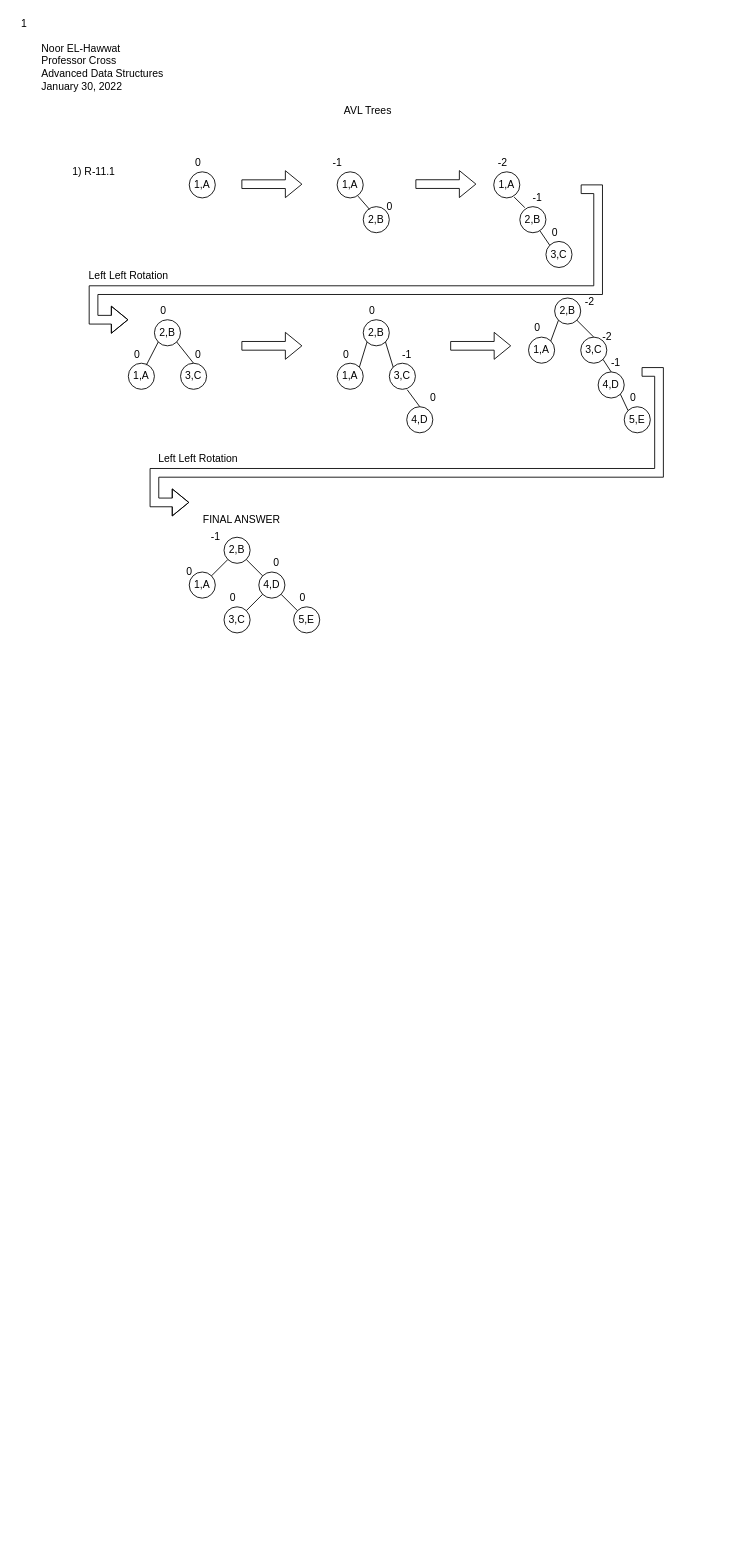
The draw.io diagram Untitled Diagram.drawio in Nooree233/Rutgers-Assignments, before the edit. Source tidied: cells renumbered, new cells numbered last; positions are measured from the earlier drawing's top-left corner, leaving out a move shared by most shapes. Both pictures are drawn from the tidied source at 87%, with x=0, y=0 at pixel (15, 15).
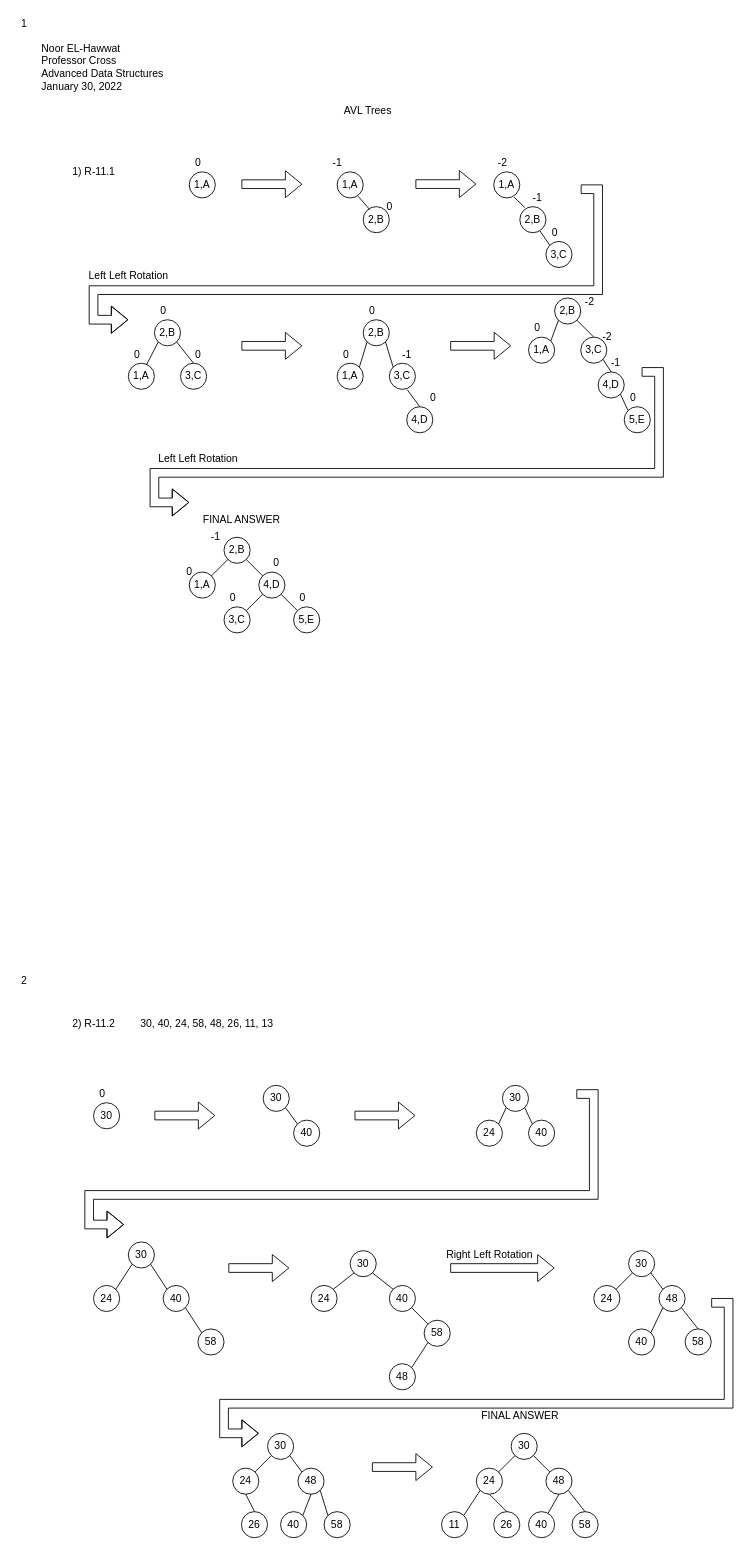
The same diagram, later.

Commit message (it also covers changes not shown here):
Update AVL Trees Diagram.drawio

Diff of the diagram source:
```diff
@@
+    <mxCell id="77" value="2" style="text;html=1;align=center;verticalAlign=middle;strokeColor=none;fillColor=none;" parent="1" vertex="1">
+      <mxGeometry y="1100" width="20" height="20" as="geometry" />
+    </mxCell>
+    <mxCell id="78" value="2) R-11.2" style="text;html=1;align=center;verticalAlign=middle;strokeColor=none;fillColor=none;" parent="1" vertex="1">
+      <mxGeometry x="60" y="1150" width="60" height="20" as="geometry" />
+    </mxCell>
+    <mxCell id="79" value="30, 40, 24, 58, 48, 26, 11, 13" style="text;html=1;align=center;verticalAlign=middle;strokeColor=none;fillColor=none;" parent="1" vertex="1">
+      <mxGeometry x="135" y="1150" width="170" height="20" as="geometry" />
+    </mxCell>
+    <mxCell id="80" value="30" style="ellipse;whiteSpace=wrap;html=1;" parent="1" vertex="1">
+      <mxGeometry x="90" y="1250" width="30" height="30" as="geometry" />
+    </mxCell>
+    <mxCell id="81" value="0" style="text;html=1;align=center;verticalAlign=middle;strokeColor=none;fillColor=none;" parent="1" vertex="1">
+      <mxGeometry x="90" y="1230" width="20" height="20" as="geometry" />
+    </mxCell>
+    <mxCell id="82" style="shape=flexArrow;endArrow=classic;html=1;rounded=0;" parent="1" edge="1">
+      <mxGeometry relative="1" as="geometry">
+        <mxPoint x="160" y="1264.7" as="sourcePoint" />
+        <mxPoint x="230" y="1264.7" as="targetPoint" />
+      </mxGeometry>
+    </mxCell>
+    <mxCell id="83" value="30" style="ellipse;whiteSpace=wrap;html=1;" parent="1" vertex="1">
+      <mxGeometry x="285" y="1230" width="30" height="30" as="geometry" />
+    </mxCell>
+    <mxCell id="84" value="40" style="ellipse;whiteSpace=wrap;html=1;" parent="1" vertex="1">
+      <mxGeometry x="320" y="1270" width="30" height="30" as="geometry" />
+    </mxCell>
+    <mxCell id="85" style="endArrow=none;html=1;rounded=0;exitX=1;exitY=1;exitDx=0;exitDy=0;entryX=0;entryY=0;entryDx=0;entryDy=0;" parent="1" edge="1" source="83" target="84">
+      <mxGeometry relative="1" as="geometry" />
+    </mxCell>
+    <mxCell id="86" style="shape=flexArrow;endArrow=classic;html=1;rounded=0;" parent="1" edge="1">
+      <mxGeometry relative="1" as="geometry">
+        <mxPoint x="390" y="1264.7" as="sourcePoint" />
+        <mxPoint x="460" y="1264.7" as="targetPoint" />
+      </mxGeometry>
+    </mxCell>
+    <mxCell id="87" value="30" style="ellipse;whiteSpace=wrap;html=1;" parent="1" vertex="1">
+      <mxGeometry x="560" y="1230" width="30" height="30" as="geometry" />
+    </mxCell>
+    <mxCell id="88" value="40" style="ellipse;whiteSpace=wrap;html=1;" parent="1" vertex="1">
+      <mxGeometry x="590" y="1270" width="30" height="30" as="geometry" />
+    </mxCell>
+    <mxCell id="89" value="24" style="ellipse;whiteSpace=wrap;html=1;" parent="1" vertex="1">
+      <mxGeometry x="530" y="1270" width="30" height="30" as="geometry" />
+    </mxCell>
+    <mxCell id="90" style="endArrow=none;html=1;rounded=0;exitX=1;exitY=0;exitDx=0;exitDy=0;entryX=0;entryY=1;entryDx=0;entryDy=0;" parent="1" edge="1" source="89" target="87">
+      <mxGeometry relative="1" as="geometry" />
+    </mxCell>
+    <mxCell id="91" style="endArrow=none;html=1;rounded=0;exitX=0;exitY=0;exitDx=0;exitDy=0;entryX=1;entryY=1;entryDx=0;entryDy=0;" parent="1" edge="1" source="88" target="87">
+      <mxGeometry relative="1" as="geometry" />
+    </mxCell>
+    <mxCell id="92" style="shape=flexArrow;endArrow=classic;html=1;rounded=0;" parent="1" edge="1">
+      <mxGeometry relative="1" as="geometry">
+        <mxPoint x="645" y="1240" as="sourcePoint" />
+        <mxPoint x="125" y="1390" as="targetPoint" />
+        <Array as="points">
+          <mxPoint x="665" y="1240" />
+          <mxPoint x="665" y="1356" />
+          <mxPoint x="85" y="1356" />
+          <mxPoint x="85" y="1390" />
+        </Array>
+      </mxGeometry>
+    </mxCell>
+    <mxCell id="93" value="24" style="ellipse;whiteSpace=wrap;html=1;" parent="1" vertex="1">
+      <mxGeometry x="90" y="1460" width="30" height="30" as="geometry" />
+    </mxCell>
+    <mxCell id="94" value="30" style="ellipse;whiteSpace=wrap;html=1;" parent="1" vertex="1">
+      <mxGeometry x="130" y="1410" width="30" height="30" as="geometry" />
+    </mxCell>
+    <mxCell id="95" value="40" style="ellipse;whiteSpace=wrap;html=1;" parent="1" vertex="1">
+      <mxGeometry x="170" y="1460" width="30" height="30" as="geometry" />
+    </mxCell>
+    <mxCell id="96" value="58" style="ellipse;whiteSpace=wrap;html=1;" parent="1" vertex="1">
+      <mxGeometry x="210" y="1510" width="30" height="30" as="geometry" />
+    </mxCell>
+    <mxCell id="97" style="endArrow=none;html=1;rounded=0;exitX=1;exitY=1;exitDx=0;exitDy=0;entryX=0;entryY=0;entryDx=0;entryDy=0;" parent="1" edge="1" source="95" target="96">
+      <mxGeometry relative="1" as="geometry" />
+    </mxCell>
+    <mxCell id="98" style="endArrow=none;html=1;rounded=0;exitX=1;exitY=1;exitDx=0;exitDy=0;entryX=0;entryY=0;entryDx=0;entryDy=0;" parent="1" edge="1" source="94" target="95">
+      <mxGeometry relative="1" as="geometry" />
+    </mxCell>
+    <mxCell id="99" style="endArrow=none;html=1;rounded=0;exitX=1;exitY=0;exitDx=0;exitDy=0;entryX=0;entryY=1;entryDx=0;entryDy=0;" parent="1" edge="1" source="93" target="94">
+      <mxGeometry relative="1" as="geometry" />
+    </mxCell>
+    <mxCell id="100" style="shape=flexArrow;endArrow=classic;html=1;rounded=0;" parent="1" edge="1">
+      <mxGeometry relative="1" as="geometry">
+        <mxPoint x="245" y="1440" as="sourcePoint" />
+        <mxPoint x="315" y="1440" as="targetPoint" />
+      </mxGeometry>
+    </mxCell>
+    <mxCell id="101" value="24" style="ellipse;whiteSpace=wrap;html=1;" parent="1" vertex="1">
+      <mxGeometry x="340" y="1460" width="30" height="30" as="geometry" />
+    </mxCell>
+    <mxCell id="102" value="30" style="ellipse;whiteSpace=wrap;html=1;" parent="1" vertex="1">
+      <mxGeometry x="385" y="1420" width="30" height="30" as="geometry" />
+    </mxCell>
+    <mxCell id="103" value="40" style="ellipse;whiteSpace=wrap;html=1;" parent="1" vertex="1">
+      <mxGeometry x="430" y="1460" width="30" height="30" as="geometry" />
+    </mxCell>
+    <mxCell id="104" value="58" style="ellipse;whiteSpace=wrap;html=1;" parent="1" vertex="1">
+      <mxGeometry x="470" y="1500" width="30" height="30" as="geometry" />
+    </mxCell>
+    <mxCell id="105" value="48" style="ellipse;whiteSpace=wrap;html=1;" parent="1" vertex="1">
+      <mxGeometry x="430" y="1550" width="30" height="30" as="geometry" />
+    </mxCell>
+    <mxCell id="106" style="endArrow=none;html=1;rounded=0;exitX=1;exitY=0;exitDx=0;exitDy=0;entryX=0;entryY=1;entryDx=0;entryDy=0;" parent="1" edge="1" source="101" target="102">
+      <mxGeometry relative="1" as="geometry" />
+    </mxCell>
+    <mxCell id="107" style="endArrow=none;html=1;rounded=0;exitX=1;exitY=1;exitDx=0;exitDy=0;entryX=0;entryY=0;entryDx=0;entryDy=0;" parent="1" edge="1" source="102" target="103">
+      <mxGeometry relative="1" as="geometry" />
+    </mxCell>
+    <mxCell id="108" style="endArrow=none;html=1;rounded=0;exitX=1;exitY=1;exitDx=0;exitDy=0;entryX=0;entryY=0;entryDx=0;entryDy=0;" parent="1" edge="1" source="103" target="104">
+      <mxGeometry relative="1" as="geometry" />
+    </mxCell>
+    <mxCell id="109" style="endArrow=none;html=1;rounded=0;exitX=1;exitY=0;exitDx=0;exitDy=0;entryX=0;entryY=1;entryDx=0;entryDy=0;" parent="1" edge="1" source="105" target="104">
+      <mxGeometry relative="1" as="geometry" />
+    </mxCell>
+    <mxCell id="110" style="shape=flexArrow;endArrow=classic;html=1;rounded=0;" parent="1" edge="1">
+      <mxGeometry relative="1" as="geometry">
+        <mxPoint x="500" y="1440" as="sourcePoint" />
+        <mxPoint x="620" y="1440" as="targetPoint" />
+      </mxGeometry>
+    </mxCell>
+    <mxCell id="111" value="Right Left Rotation" style="text;html=1;align=center;verticalAlign=middle;strokeColor=none;fillColor=none;" parent="1" vertex="1">
+      <mxGeometry x="490" y="1415" width="110" height="20" as="geometry" />
+    </mxCell>
+    <mxCell id="112" value="30" style="ellipse;whiteSpace=wrap;html=1;" parent="1" vertex="1">
+      <mxGeometry x="705" y="1420" width="30" height="30" as="geometry" />
+    </mxCell>
+    <mxCell id="113" value="24" style="ellipse;whiteSpace=wrap;html=1;" parent="1" vertex="1">
+      <mxGeometry x="665" y="1460" width="30" height="30" as="geometry" />
+    </mxCell>
+    <mxCell id="114" value="40" style="ellipse;whiteSpace=wrap;html=1;" parent="1" vertex="1">
+      <mxGeometry x="705" y="1510" width="30" height="30" as="geometry" />
+    </mxCell>
+    <mxCell id="115" value="58" style="ellipse;whiteSpace=wrap;html=1;" parent="1" vertex="1">
+      <mxGeometry x="770" y="1510" width="30" height="30" as="geometry" />
+    </mxCell>
+    <mxCell id="116" value="48" style="ellipse;whiteSpace=wrap;html=1;" parent="1" vertex="1">
+      <mxGeometry x="740" y="1460" width="30" height="30" as="geometry" />
+    </mxCell>
+    <mxCell id="117" style="endArrow=none;html=1;rounded=0;exitX=1;exitY=0;exitDx=0;exitDy=0;entryX=0;entryY=1;entryDx=0;entryDy=0;" parent="1" edge="1" source="113" target="112">
+      <mxGeometry relative="1" as="geometry" />
+    </mxCell>
+    <mxCell id="118" style="endArrow=none;html=1;rounded=0;exitX=1;exitY=1;exitDx=0;exitDy=0;entryX=0;entryY=0;entryDx=0;entryDy=0;" parent="1" edge="1" source="112" target="116">
+      <mxGeometry relative="1" as="geometry" />
+    </mxCell>
+    <mxCell id="119" style="endArrow=none;html=1;rounded=0;exitX=1;exitY=1;exitDx=0;exitDy=0;entryX=0.5;entryY=0;entryDx=0;entryDy=0;" parent="1" edge="1" source="116" target="115">
+      <mxGeometry relative="1" as="geometry" />
+    </mxCell>
+    <mxCell id="120" style="shape=flexArrow;endArrow=classic;html=1;rounded=0;" parent="1" edge="1">
+      <mxGeometry relative="1" as="geometry">
+        <mxPoint x="800" y="1480" as="sourcePoint" />
+        <mxPoint x="280" y="1630" as="targetPoint" />
+        <Array as="points">
+          <mxPoint x="820" y="1480" />
+          <mxPoint x="820" y="1596" />
+          <mxPoint x="240" y="1596" />
+          <mxPoint x="240" y="1630" />
+        </Array>
+      </mxGeometry>
+    </mxCell>
+    <mxCell id="121" style="endArrow=none;html=1;rounded=0;exitX=1;exitY=0;exitDx=0;exitDy=0;entryX=0;entryY=1;entryDx=0;entryDy=0;" parent="1" edge="1" source="114" target="116">
+      <mxGeometry relative="1" as="geometry" />
+    </mxCell>
+    <mxCell id="122" value="40" style="ellipse;whiteSpace=wrap;html=1;" parent="1" vertex="1">
+      <mxGeometry x="305" y="1720" width="30" height="30" as="geometry" />
+    </mxCell>
+    <mxCell id="123" value="30" style="ellipse;whiteSpace=wrap;html=1;" parent="1" vertex="1">
+      <mxGeometry x="290" y="1630" width="30" height="30" as="geometry" />
+    </mxCell>
+    <mxCell id="124" value="24" style="ellipse;whiteSpace=wrap;html=1;" parent="1" vertex="1">
+      <mxGeometry x="250" y="1670" width="30" height="30" as="geometry" />
+    </mxCell>
+    <mxCell id="125" value="48" style="ellipse;whiteSpace=wrap;html=1;" parent="1" vertex="1">
+      <mxGeometry x="325" y="1670" width="30" height="30" as="geometry" />
+    </mxCell>
+    <mxCell id="126" value="58" style="ellipse;whiteSpace=wrap;html=1;" parent="1" vertex="1">
+      <mxGeometry x="355" y="1720" width="30" height="30" as="geometry" />
+    </mxCell>
+    <mxCell id="127" value="26" style="ellipse;whiteSpace=wrap;html=1;" parent="1" vertex="1">
+      <mxGeometry x="260" y="1720" width="30" height="30" as="geometry" />
+    </mxCell>
+    <mxCell id="128" style="endArrow=none;html=1;rounded=0;exitX=1;exitY=1;exitDx=0;exitDy=0;entryX=0;entryY=0;entryDx=0;entryDy=0;" parent="1" edge="1" source="123" target="125">
+      <mxGeometry relative="1" as="geometry" />
+    </mxCell>
+    <mxCell id="129" style="endArrow=none;html=1;rounded=0;exitX=1;exitY=0;exitDx=0;exitDy=0;entryX=0;entryY=1;entryDx=0;entryDy=0;" parent="1" edge="1" source="124" target="123">
+      <mxGeometry relative="1" as="geometry" />
+    </mxCell>
+    <mxCell id="130" style="endArrow=none;html=1;rounded=0;exitX=0.5;exitY=1;exitDx=0;exitDy=0;entryX=0.5;entryY=0;entryDx=0;entryDy=0;" parent="1" edge="1" source="124" target="127">
+      <mxGeometry relative="1" as="geometry" />
+    </mxCell>
+    <mxCell id="131" style="endArrow=none;html=1;rounded=0;exitX=1;exitY=0;exitDx=0;exitDy=0;entryX=0.5;entryY=1;entryDx=0;entryDy=0;" parent="1" edge="1" source="122" target="125">
+      <mxGeometry relative="1" as="geometry" />
+    </mxCell>
+    <mxCell id="132" style="endArrow=none;html=1;rounded=0;exitX=1;exitY=1;exitDx=0;exitDy=0;entryX=0;entryY=0;entryDx=0;entryDy=0;" parent="1" edge="1" source="125" target="126">
+      <mxGeometry relative="1" as="geometry" />
+    </mxCell>
+    <mxCell id="133" style="shape=flexArrow;endArrow=classic;html=1;rounded=0;" parent="1" edge="1">
+      <mxGeometry relative="1" as="geometry">
+        <mxPoint x="410" y="1668.8" as="sourcePoint" />
+        <mxPoint x="480" y="1668.8" as="targetPoint" />
+      </mxGeometry>
+    </mxCell>
+    <mxCell id="134" value="30" style="ellipse;whiteSpace=wrap;html=1;" parent="1" vertex="1">
+      <mxGeometry x="570" y="1630" width="30" height="30" as="geometry" />
+    </mxCell>
+    <mxCell id="135" value="24" style="ellipse;whiteSpace=wrap;html=1;" parent="1" vertex="1">
+      <mxGeometry x="530" y="1670" width="30" height="30" as="geometry" />
+    </mxCell>
+    <mxCell id="136" value="48" style="ellipse;whiteSpace=wrap;html=1;" parent="1" vertex="1">
+      <mxGeometry x="610" y="1670" width="30" height="30" as="geometry" />
+    </mxCell>
+    <mxCell id="137" value="26" style="ellipse;whiteSpace=wrap;html=1;" parent="1" vertex="1">
+      <mxGeometry x="550" y="1720" width="30" height="30" as="geometry" />
+    </mxCell>
+    <mxCell id="138" value="40" style="ellipse;whiteSpace=wrap;html=1;" parent="1" vertex="1">
+      <mxGeometry x="590" y="1720" width="30" height="30" as="geometry" />
+    </mxCell>
+    <mxCell id="139" value="58" style="ellipse;whiteSpace=wrap;html=1;" parent="1" vertex="1">
+      <mxGeometry x="640" y="1720" width="30" height="30" as="geometry" />
+    </mxCell>
+    <mxCell id="140" style="endArrow=none;html=1;rounded=0;exitX=1;exitY=0;exitDx=0;exitDy=0;entryX=0;entryY=1;entryDx=0;entryDy=0;" parent="1" edge="1" source="135" target="134">
+      <mxGeometry relative="1" as="geometry" />
+    </mxCell>
+    <mxCell id="141" style="endArrow=none;html=1;rounded=0;exitX=1;exitY=1;exitDx=0;exitDy=0;entryX=0;entryY=0;entryDx=0;entryDy=0;" parent="1" edge="1" source="134" target="136">
+      <mxGeometry relative="1" as="geometry" />
+    </mxCell>
+    <mxCell id="142" style="endArrow=none;html=1;rounded=0;exitX=0.5;exitY=1;exitDx=0;exitDy=0;entryX=0.5;entryY=0;entryDx=0;entryDy=0;" parent="1" edge="1" source="135" target="137">
+      <mxGeometry relative="1" as="geometry" />
+    </mxCell>
+    <mxCell id="143" style="endArrow=none;html=1;rounded=0;entryX=0.5;entryY=1;entryDx=0;entryDy=0;" parent="1" edge="1" source="138" target="136">
+      <mxGeometry relative="1" as="geometry" />
+    </mxCell>
+    <mxCell id="144" style="endArrow=none;html=1;rounded=0;exitX=0.5;exitY=0;exitDx=0;exitDy=0;entryX=1;entryY=1;entryDx=0;entryDy=0;" parent="1" edge="1" source="139" target="136">
+      <mxGeometry relative="1" as="geometry" />
+    </mxCell>
+    <mxCell id="145" value="11" style="ellipse;whiteSpace=wrap;html=1;" parent="1" vertex="1">
+      <mxGeometry x="490" y="1720" width="30" height="30" as="geometry" />
+    </mxCell>
+    <mxCell id="146" style="endArrow=none;html=1;rounded=0;exitX=1;exitY=0;exitDx=0;exitDy=0;entryX=0;entryY=1;entryDx=0;entryDy=0;" parent="1" edge="1" source="145" target="135">
+      <mxGeometry relative="1" as="geometry" />
+    </mxCell>
+    <mxCell id="147" value="FINAL ANSWER" style="text;html=1;align=center;verticalAlign=middle;strokeColor=none;fillColor=none;" parent="1" vertex="1">
+      <mxGeometry x="530" y="1600" width="100" height="20" as="geometry" />
+    </mxCell>
```
